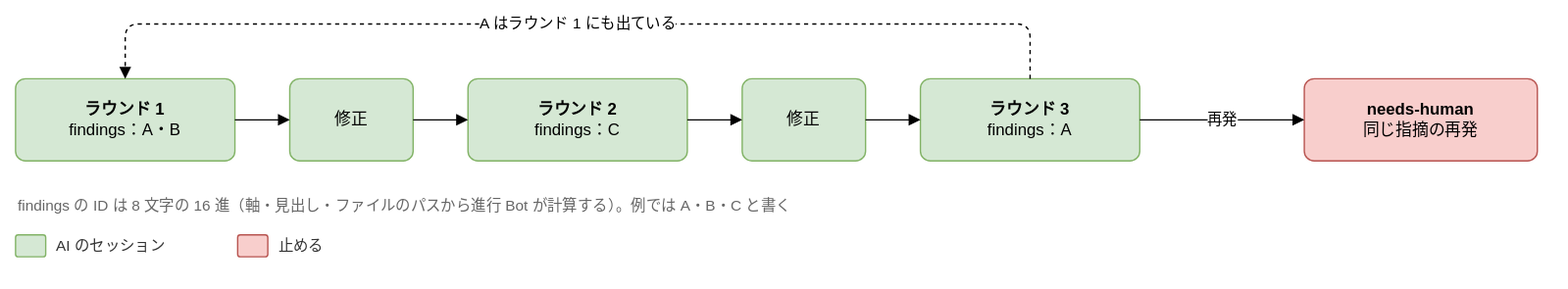
Before: docs/design/basic/diagrams/02-repeated-findings.drawio.svg, a diagram exported from draw.io (Joymerrevent/dev-autopilot). Source tidied: cells renumbered, new cells last; positions are measured from the earlier drawing's top-left corner, leaving out a move shared by most shapes.
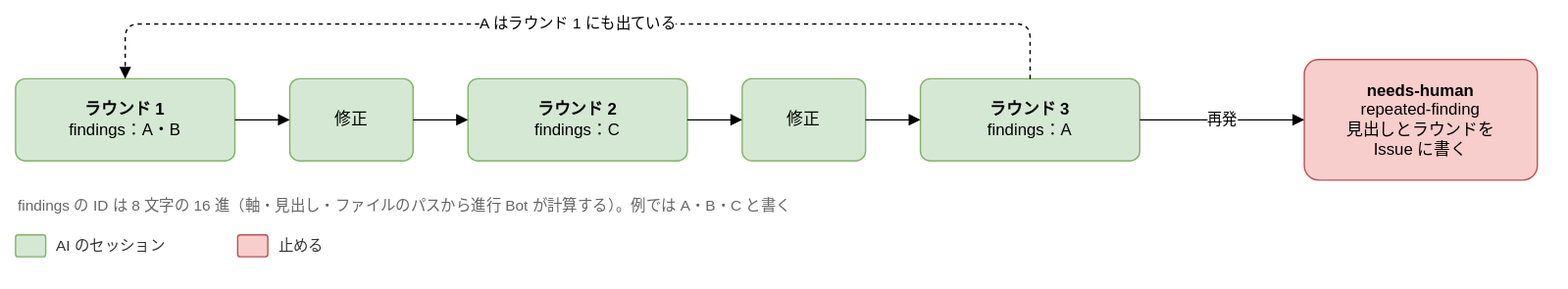
After the change.

The edit, as a diff of the source:
```diff
@@ -29,8 +29,8 @@
     <mxCell id="10" style="edgeStyle=orthogonalEdgeStyle;rounded=1;html=1;endArrow=block;endFill=1;fontSize=11;labelBackgroundColor=#ffffff;exitX=1;exitY=0.5;exitDx=0;exitDy=0;entryX=0;entryY=0.5;entryDx=0;entryDy=0;" parent="1" edge="1" source="7" target="9">
       <mxGeometry relative="1" as="geometry" />
     </mxCell>
-    <mxCell id="11" value="&lt;b&gt;needs-human&lt;/b&gt;&lt;br&gt;同じ指摘の再発" style="rounded=1;whiteSpace=wrap;html=1;fontSize=12;arcSize=12;spacing=12;fillColor=#f8cecc;strokeColor=#b85450;" parent="1" vertex="1">
-      <mxGeometry x="940" y="40" width="170" height="60" as="geometry" />
+    <mxCell id="11" value="&lt;b&gt;needs-human&lt;/b&gt;&lt;br&gt;repeated-finding&lt;br&gt;見出しとラウンドを&lt;br&gt;Issue に書く" style="rounded=1;whiteSpace=wrap;html=1;fontSize=12;arcSize=12;spacing=12;fillColor=#f8cecc;strokeColor=#b85450;" parent="1" vertex="1">
+      <mxGeometry x="940" y="26" width="170" height="88" as="geometry" />
     </mxCell>
     <mxCell id="12" value="再発" style="edgeStyle=orthogonalEdgeStyle;rounded=1;html=1;endArrow=block;endFill=1;fontSize=11;labelBackgroundColor=#ffffff;exitX=1;exitY=0.5;exitDx=0;exitDy=0;entryX=0;entryY=0.5;entryDx=0;entryDy=0;" parent="1" edge="1" source="9" target="11">
       <mxGeometry relative="1" as="geometry" />
```
